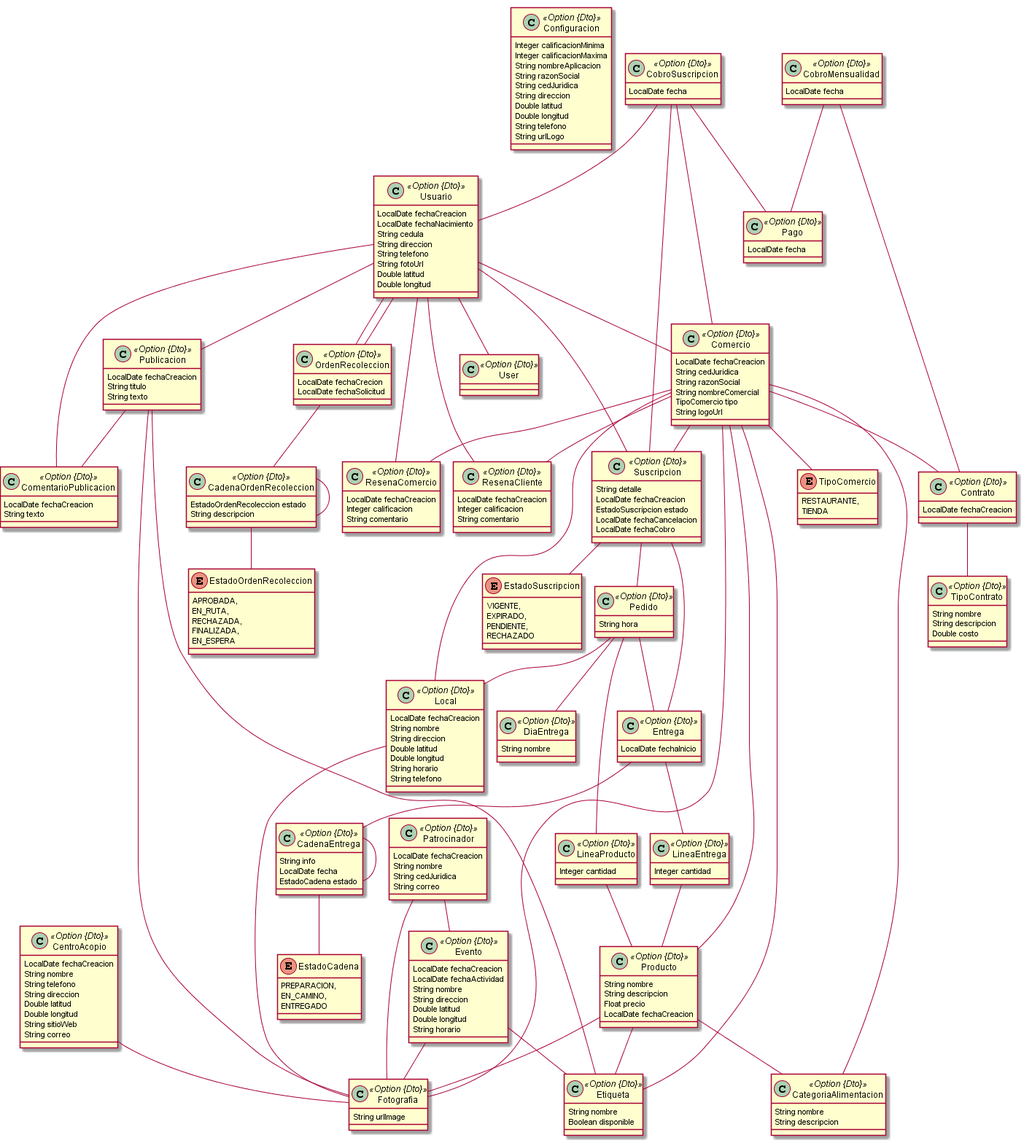
Earlier version of the PlantUML export jhipster-jdl.png (juanjocoto/GreenLife).
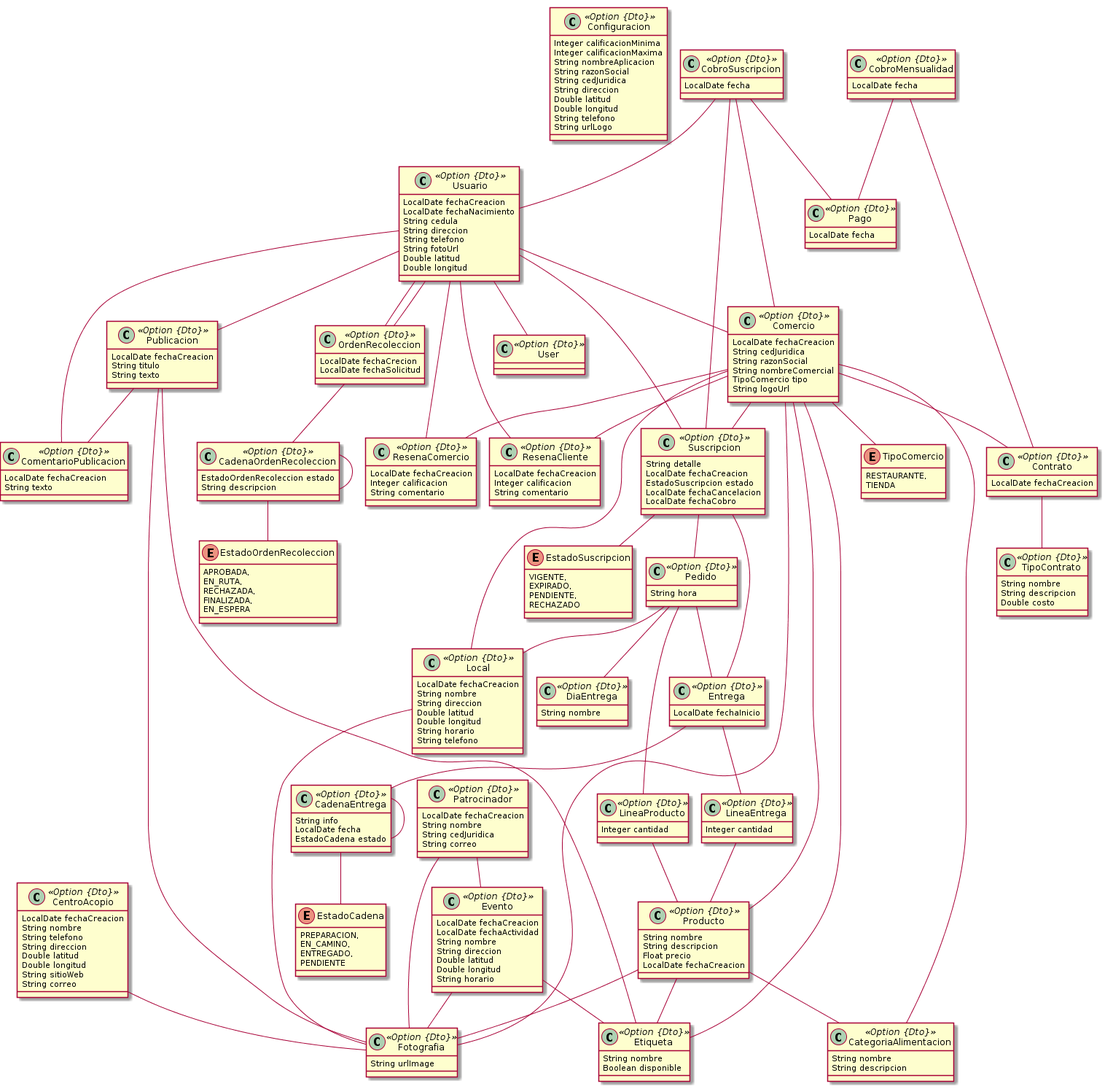
The same file after the commit.

Diff of the diagram source:
```diff
@@ -168,7 +168,8 @@
 	enum EstadoCadena {
 		PREPARACION,
 		EN_CAMINO,
-		ENTREGADO
+		ENTREGADO,
+		PENDIENTE
 	}
 	class CobroSuscripcion <<Option {Dto}>> {
 		LocalDate fecha
@@ -185,6 +186,7 @@
 	CadenaOrdenRecoleccion  "previo 0..1 " -- "0..1 "  CadenaOrdenRecoleccion
 	CobroMensualidad  "pago 0..1 " -- "0..1 "  Pago
 	CobroSuscripcion  "pago 0..1 " -- "0..1 "  Pago
+	Entrega  "cadena 0..1 " -- "0..1 "  CadenaEntrega
 	ResenaCliente  "cliente 0..* " o-- "0..1 "  Usuario
 	Contrato  "tipo 0..* " o-- "0..1 "  TipoContrato
 	CobroSuscripcion  "cliente 0..* " o-- "0..1 "  Usuario
@@ -195,7 +197,6 @@
 	CobroMensualidad  "contrato 0..* " o-- "0..1 "  Contrato
 	LineaProducto  "producto 0..* " o-- "0..1 "  Producto
 	LineaEntrega  "producto 0..* " o-- "0..1 "  Producto
-	Entrega  "cadena 0..1 " --o "0..* "  CadenaEntrega
 	Entrega  "lineas 0..1 " --o "0..* "  LineaEntrega
 	Evento  "fotos 0..1 " --o "0..* "  Fotografia
 	CentroAcopio  "fotos 0..1 " --o "0..* "  Fotografia
```
